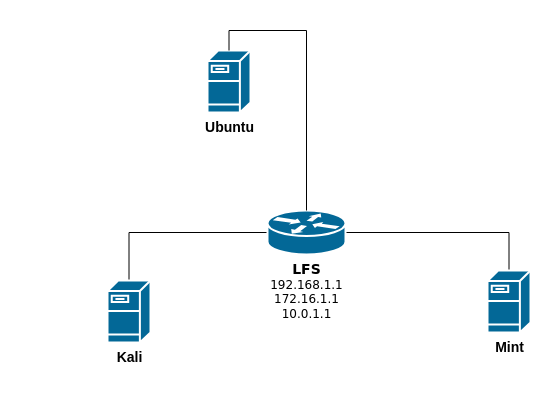
Djuckman/Compilers2 keeps this draw.io diagram as Диаграмма без названия.drawio. Above is the earlier version. Source tidied: cells renumbered, new cells numbered last; positions are measured from the earlier drawing's top-left corner, leaving out a move shared by most shapes. Both pictures are drawn from the tidied source at 100%, with x=0, y=0 at pixel (107, 50).
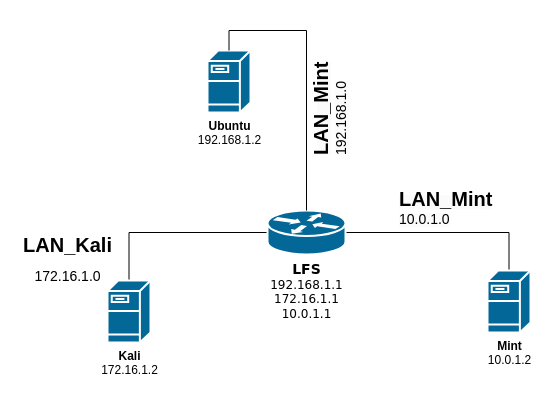
The same diagram, later.

What changed in the source:
```diff
@@
 <mxGraphModel>
   <root>
     <mxCell id="0" />
     <mxCell id="1" parent="0" />
     <mxCell id="2" style="edgeStyle=orthogonalEdgeStyle;rounded=0;jettySize=auto;html=1;exitX=1;exitY=0.5;exitDx=0;exitDy=0;exitPerimeter=0;endArrow=none;endFill=0;" parent="1" edge="1" source="4" target="6">
       <mxGeometry relative="1" as="geometry" />
     </mxCell>
     <mxCell id="3" style="edgeStyle=orthogonalEdgeStyle;rounded=0;jettySize=auto;html=1;exitX=0;exitY=0.5;exitDx=0;exitDy=0;exitPerimeter=0;endArrow=none;endFill=0;" parent="1" edge="1" source="4" target="5">
       <mxGeometry relative="1" as="geometry" />
     </mxCell>
     <mxCell id="4" value="&lt;b&gt;&lt;font style=&quot;font-size: 14px;&quot;&gt;LFS&lt;/font&gt;&lt;/b&gt;&lt;br&gt;192.168.1.1&lt;br&gt;172.16.1.1&lt;br&gt;10.0.1.1" style="shape=mxgraph.cisco.routers.router;html=1;dashed=0;fillColor=#036897;strokeColor=#ffffff;strokeWidth=2;verticalLabelPosition=bottom;verticalAlign=top;rounded=0;shadow=0;comic=0;fontFamily=Verdana;fontSize=12;" parent="1" vertex="1">
       <mxGeometry x="160" y="160" width="78" height="44" as="geometry" />
     </mxCell>
-    <mxCell id="5" value="&lt;font style=&quot;font-size: 14px;&quot;&gt;&lt;b&gt;Kali&lt;/b&gt;&lt;/font&gt;" style="shape=mxgraph.cisco.servers.fileserver;sketch=0;html=1;dashed=0;fillColor=#036897;strokeColor=#ffffff;strokeWidth=2;verticalLabelPosition=bottom;verticalAlign=top;align=center;outlineConnect=0;" parent="1" vertex="1">
+    <mxCell id="5" value="&lt;font style=&quot;font-size: 12px;&quot;&gt;&lt;b&gt;Kali&lt;/b&gt;&lt;br&gt;172.16.1.2&lt;br&gt;&lt;/font&gt;" style="shape=mxgraph.cisco.servers.fileserver;sketch=0;html=1;dashed=0;fillColor=#036897;strokeColor=#ffffff;strokeWidth=2;verticalLabelPosition=bottom;verticalAlign=top;align=center;outlineConnect=0;" parent="1" vertex="1">
       <mxGeometry y="230" width="43" height="62" as="geometry" />
     </mxCell>
-    <mxCell id="6" value="&lt;b&gt;&lt;font style=&quot;font-size: 14px;&quot;&gt;Mint&lt;/font&gt;&lt;/b&gt;" style="shape=mxgraph.cisco.servers.fileserver;sketch=0;html=1;dashed=0;fillColor=#036897;strokeColor=#ffffff;strokeWidth=2;verticalLabelPosition=bottom;verticalAlign=top;align=center;outlineConnect=0;" parent="1" vertex="1">
+    <mxCell id="6" value="&lt;font style=&quot;font-size: 12px;&quot;&gt;&lt;b&gt;Mint&lt;/b&gt;&lt;br&gt;10.0.1.2&lt;br&gt;&lt;/font&gt;" style="shape=mxgraph.cisco.servers.fileserver;sketch=0;html=1;dashed=0;fillColor=#036897;strokeColor=#ffffff;strokeWidth=2;verticalLabelPosition=bottom;verticalAlign=top;align=center;outlineConnect=0;" parent="1" vertex="1">
       <mxGeometry x="380" y="220" width="43" height="62" as="geometry" />
     </mxCell>
-    <mxCell id="7" value="&lt;b&gt;&lt;font style=&quot;font-size: 14px;&quot;&gt;Ubuntu&lt;/font&gt;&lt;/b&gt;" style="shape=mxgraph.cisco.servers.fileserver;sketch=0;html=1;dashed=0;fillColor=#036897;strokeColor=#ffffff;strokeWidth=2;verticalLabelPosition=bottom;verticalAlign=top;align=center;outlineConnect=0;" parent="1" vertex="1">
+    <mxCell id="7" value="&lt;font style=&quot;font-size: 12px;&quot;&gt;&lt;b&gt;Ubuntu&lt;/b&gt;&lt;br&gt;192.168.1.2&lt;br&gt;&lt;/font&gt;" style="shape=mxgraph.cisco.servers.fileserver;sketch=0;html=1;dashed=0;fillColor=#036897;strokeColor=#ffffff;strokeWidth=2;verticalLabelPosition=bottom;verticalAlign=top;align=center;outlineConnect=0;" parent="1" vertex="1">
       <mxGeometry x="100" width="43" height="62" as="geometry" />
     </mxCell>
     <mxCell id="8" style="edgeStyle=orthogonalEdgeStyle;rounded=0;jettySize=auto;html=1;exitX=0.5;exitY=0;exitDx=0;exitDy=0;exitPerimeter=0;entryX=0.5;entryY=0;entryDx=0;entryDy=0;entryPerimeter=0;endArrow=none;endFill=0;" parent="1" edge="1" source="4" target="7">
       <mxGeometry relative="1" as="geometry" />
     </mxCell>
+    <mxCell id="9" value="&lt;font style=&quot;font-size: 20px;&quot;&gt;LAN_Kali&lt;/font&gt;&lt;br&gt;&lt;font style=&quot;font-size: 14px; font-weight: normal;&quot;&gt;172.16.1.0&lt;/font&gt;" style="text;strokeColor=none;fillColor=none;html=1;fontSize=24;fontStyle=1;verticalAlign=middle;align=center;" parent="1" vertex="1">
+      <mxGeometry x="-90" y="190" width="100" height="35" as="geometry" />
+    </mxCell>
+    <mxCell id="10" value="&lt;span style=&quot;color: rgb(0, 0, 0); font-family: Helvetica; font-style: normal; font-variant-ligatures: normal; font-variant-caps: normal; letter-spacing: normal; orphans: 2; text-align: center; text-indent: 0px; text-transform: none; widows: 2; word-spacing: 0px; -webkit-text-stroke-width: 0px; background-color: rgb(251, 251, 251); text-decoration-thickness: initial; text-decoration-style: initial; text-decoration-color: initial; float: none; display: inline !important;&quot;&gt;&lt;font style=&quot;font-weight: 700; font-size: 20px;&quot;&gt;LAN_Mint&lt;br&gt;&lt;/font&gt;&lt;font style=&quot;font-size: 14px;&quot;&gt;10.0.1.0&lt;/font&gt;&lt;br&gt;&lt;/span&gt;" style="text;whiteSpace=wrap;html=1;" parent="1" vertex="1">
+      <mxGeometry x="290" y="130" width="140" height="50" as="geometry" />
+    </mxCell>
+    <mxCell id="11" value="&lt;span style=&quot;color: rgb(0, 0, 0); font-family: Helvetica; font-style: normal; font-variant-ligatures: normal; font-variant-caps: normal; letter-spacing: normal; orphans: 2; text-align: center; text-indent: 0px; text-transform: none; widows: 2; word-spacing: 0px; -webkit-text-stroke-width: 0px; background-color: rgb(251, 251, 251); text-decoration-thickness: initial; text-decoration-style: initial; text-decoration-color: initial; float: none; display: inline !important;&quot;&gt;&lt;span style=&quot;font-weight: 700;&quot;&gt;&lt;font style=&quot;font-size: 20px;&quot;&gt;LAN_Mint&lt;/font&gt;&lt;/span&gt;&lt;br&gt;&lt;font style=&quot;font-size: 14px;&quot;&gt;192.168.1.0&lt;/font&gt;&lt;br&gt;&lt;/span&gt;" style="text;whiteSpace=wrap;html=1;rotation=-90;" parent="1" vertex="1">
+      <mxGeometry x="150" y="12" width="140" height="50" as="geometry" />
+    </mxCell>
   </root>
 </mxGraphModel>
```
